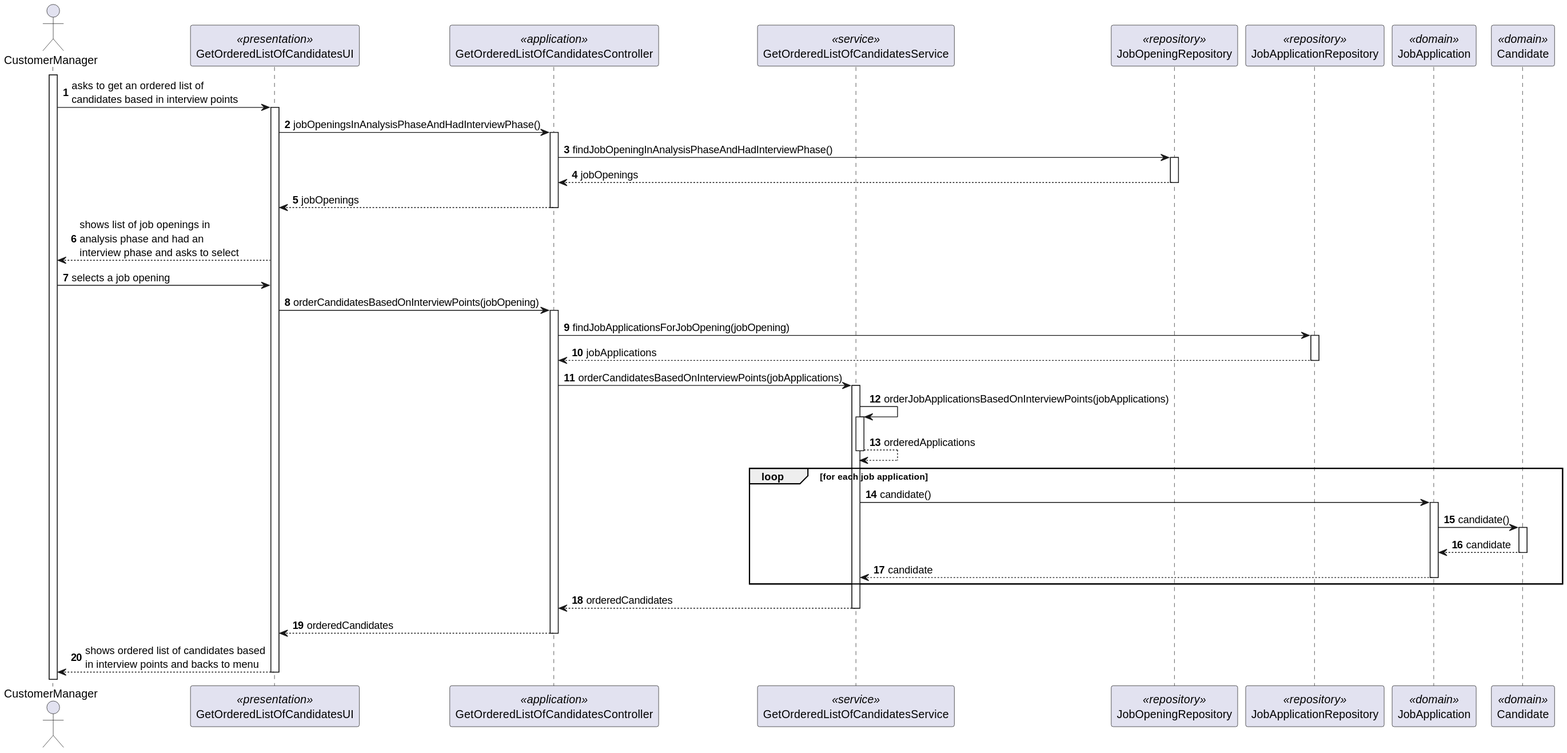
This is docs/SprintC/us1019/SD/SD.svg from Rodrick0209/ISEP-SEM4PI-23-24, a PlantUML export, as it was before one commit.
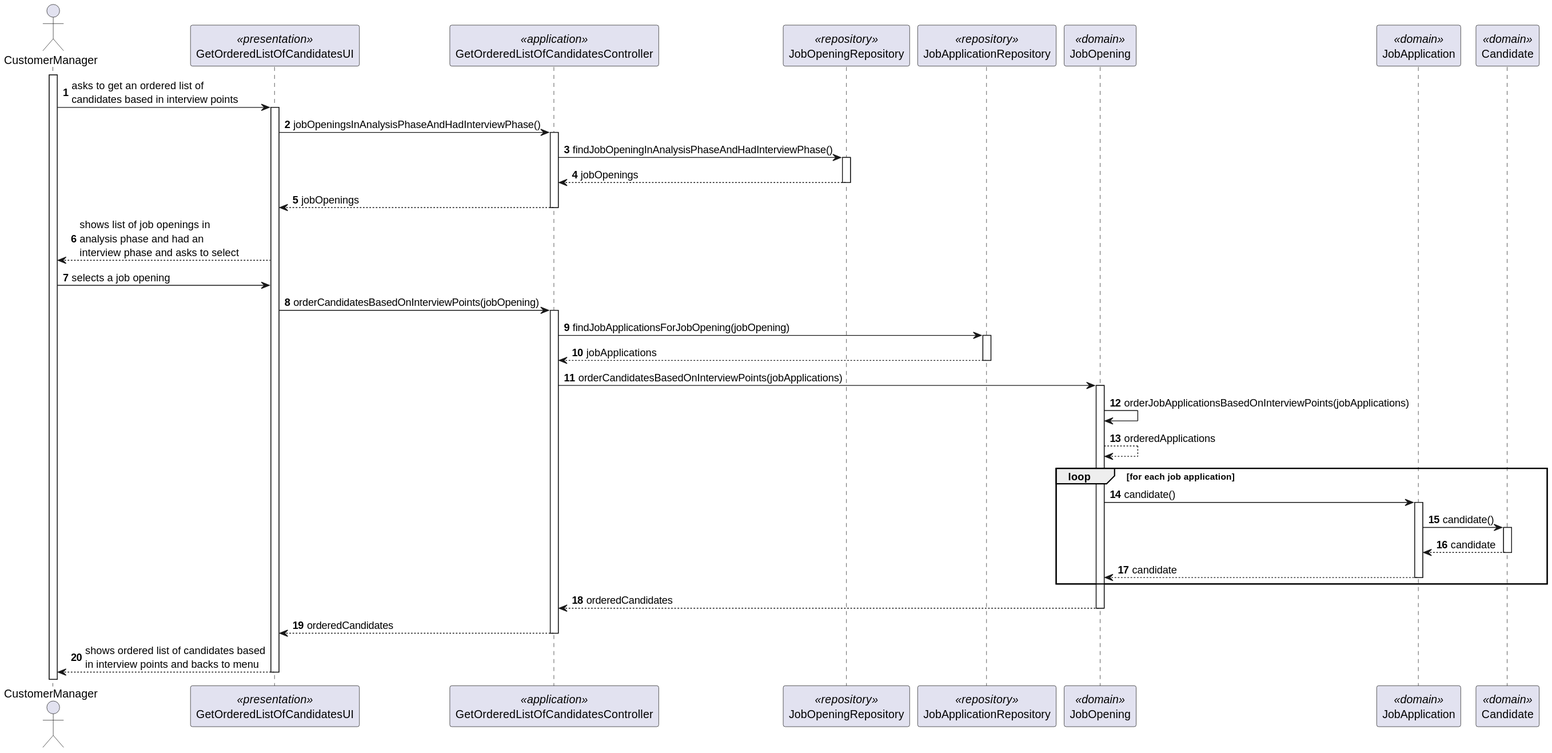
The same file after the commit.

Diff of the diagram source:
```diff
@@ -5,9 +5,9 @@
 actor CustomerManager
 participant GetOrderedListOfCandidatesUI <<presentation>>
 participant GetOrderedListOfCandidatesController <<application>>
-participant GetOrderedListOfCandidatesService <<service>>
 participant JobOpeningRepository <<repository>>
 participant JobApplicationRepository <<repository>>
+participant JobOpening <<domain>>
 participant JobApplication <<domain>>
 participant Candidate <<domain>>
 
@@ -30,24 +30,22 @@
 activate JobApplicationRepository
 JobApplicationRepository --> GetOrderedListOfCandidatesController : jobApplications
 deactivate JobApplicationRepository
-GetOrderedListOfCandidatesController -> GetOrderedListOfCandidatesService : orderCandidatesBasedOnInterviewPoints(jobApplications)
-activate GetOrderedListOfCandidatesService
-GetOrderedListOfCandidatesService -> GetOrderedListOfCandidatesService : orderJobApplicationsBasedOnInterviewPoints(jobApplications)
-activate GetOrderedListOfCandidatesService
-GetOrderedListOfCandidatesService --> GetOrderedListOfCandidatesService : orderedApplications
-deactivate GetOrderedListOfCandidatesService
+GetOrderedListOfCandidatesController -> JobOpening : orderCandidatesBasedOnInterviewPoints(jobApplications)
+activate JobOpening
+JobOpening -> JobOpening : orderJobApplicationsBasedOnInterviewPoints(jobApplications)
+JobOpening --> JobOpening : orderedApplications
 loop for each job application
-GetOrderedListOfCandidatesService -> JobApplication : candidate()
+JobOpening -> JobApplication : candidate()
 activate JobApplication
 JobApplication -> Candidate : candidate()
 activate Candidate
 Candidate --> JobApplication : candidate
 deactivate Candidate
-JobApplication --> GetOrderedListOfCandidatesService : candidate
+JobApplication --> JobOpening : candidate
 deactivate JobApplication
 end loop
-GetOrderedListOfCandidatesService --> GetOrderedListOfCandidatesController : orderedCandidates
-deactivate GetOrderedListOfCandidatesService
+JobOpening --> GetOrderedListOfCandidatesController : orderedCandidates
+deactivate JobOpening
 GetOrderedListOfCandidatesController --> GetOrderedListOfCandidatesUI : orderedCandidates
 deactivate GetOrderedListOfCandidatesController
 
```
